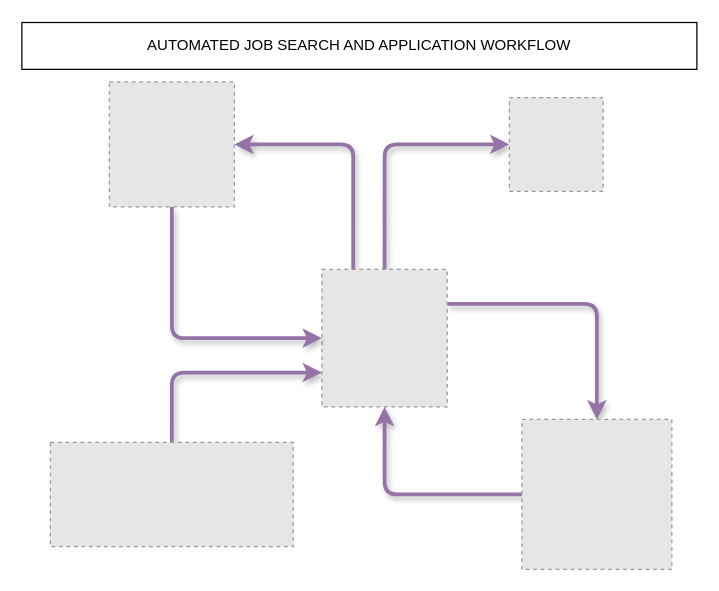
The draw.io diagram job_workflow.drawio in DemevengDerrick/maps, before the edit. Source tidied: cells renumbered, new cells numbered last; positions are measured from the earlier drawing's top-left corner, leaving out a move shared by most shapes. Both pictures are drawn from the tidied source at 125%, with x=0, y=0 at pixel (21, 21). Pictures stored in the file or linked from it are replaced by grey dashed boxes.
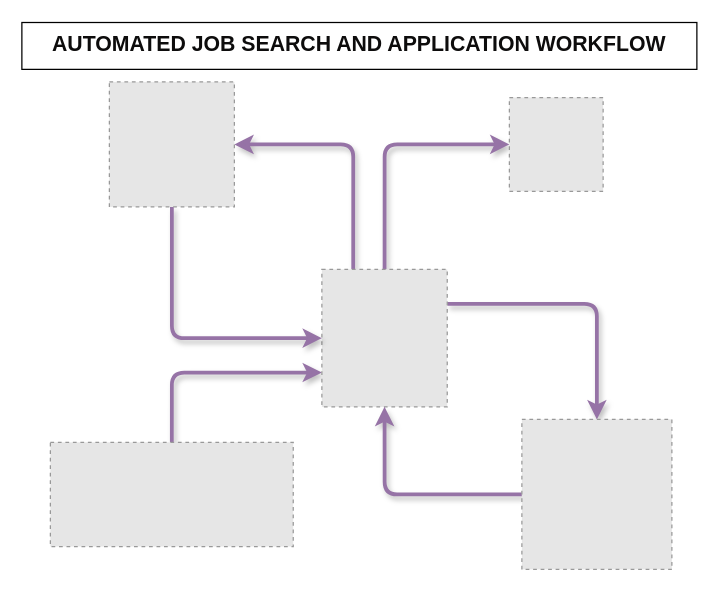
After the change.

The edit, as a diff of the source:
```diff
@@
 <mxGraphModel>
   <root>
     <mxCell id="0" />
     <mxCell id="1" parent="0" />
     <mxCell id="2" style="edgeStyle=orthogonalEdgeStyle;rounded=1;jettySize=auto;html=1;exitX=0.5;exitY=0;exitDx=0;exitDy=0;entryX=0;entryY=0.75;entryDx=0;entryDy=0;strokeWidth=3;fillColor=#e1d5e7;strokeColor=#9673a6;shadow=1;curved=0;flowAnimation=1;" parent="1" edge="1" source="3" target="7">
       <mxGeometry relative="1" as="geometry" />
     </mxCell>
     <mxCell id="3" style="fillColor=#E6E6E6;strokeColor=#999999;dashed=1;verticalLabelPosition=bottom;labelBackgroundColor=default;verticalAlign=top;" parent="1" vertex="1">
       <mxGeometry x="22.8" y="336.4" width="194.3" height="83.3" as="geometry" />
     </mxCell>
     <mxCell id="4" style="edgeStyle=orthogonalEdgeStyle;rounded=1;jettySize=auto;html=1;exitX=1;exitY=0.25;exitDx=0;exitDy=0;strokeWidth=3;fillColor=#e1d5e7;strokeColor=#9673a6;shadow=1;curved=0;flowAnimation=1;" parent="1" edge="1" source="7" target="9">
       <mxGeometry relative="1" as="geometry" />
     </mxCell>
     <mxCell id="5" style="edgeStyle=orthogonalEdgeStyle;rounded=1;jettySize=auto;html=1;exitX=0.5;exitY=0;exitDx=0;exitDy=0;entryX=0;entryY=0.5;entryDx=0;entryDy=0;strokeWidth=3;fillColor=#e1d5e7;strokeColor=#9673a6;shadow=1;curved=0;flowAnimation=1;" parent="1" edge="1" source="7" target="10">
       <mxGeometry relative="1" as="geometry" />
     </mxCell>
     <mxCell id="6" style="edgeStyle=orthogonalEdgeStyle;rounded=1;jettySize=auto;html=1;exitX=0.25;exitY=0;exitDx=0;exitDy=0;entryX=1;entryY=0.5;entryDx=0;entryDy=0;strokeWidth=3;fillColor=#e1d5e7;strokeColor=#9673a6;shadow=1;curved=0;flowAnimation=1;" parent="1" edge="1" source="7" target="12">
       <mxGeometry relative="1" as="geometry" />
     </mxCell>
     <mxCell id="7" style="fillColor=#E6E6E6;strokeColor=#999999;dashed=1;verticalLabelPosition=bottom;labelBackgroundColor=default;verticalAlign=top;" parent="1" vertex="1">
       <mxGeometry x="240" y="198" width="100.3" height="110" as="geometry" />
     </mxCell>
     <mxCell id="8" style="edgeStyle=orthogonalEdgeStyle;rounded=1;jettySize=auto;html=1;exitX=0;exitY=0.5;exitDx=0;exitDy=0;entryX=0.5;entryY=1;entryDx=0;entryDy=0;strokeWidth=3;fillColor=#e1d5e7;strokeColor=#9673a6;shadow=1;curved=0;flowAnimation=1;" parent="1" edge="1" source="9" target="7">
       <mxGeometry relative="1" as="geometry" />
     </mxCell>
     <mxCell id="9" style="fillColor=#E6E6E6;strokeColor=#999999;dashed=1;verticalLabelPosition=bottom;labelBackgroundColor=default;verticalAlign=top;" parent="1" vertex="1">
       <mxGeometry x="400" y="318" width="120" height="120" as="geometry" />
     </mxCell>
     <mxCell id="10" style="fillColor=#E6E6E6;strokeColor=#999999;dashed=1;verticalLabelPosition=bottom;labelBackgroundColor=default;verticalAlign=top;" parent="1" vertex="1">
       <mxGeometry x="390" y="60.5" width="75" height="75" as="geometry" />
     </mxCell>
     <mxCell id="11" style="edgeStyle=orthogonalEdgeStyle;rounded=1;jettySize=auto;html=1;exitX=0.5;exitY=1;exitDx=0;exitDy=0;entryX=0;entryY=0.5;entryDx=0;entryDy=0;strokeWidth=3;fillColor=#e1d5e7;strokeColor=#9673a6;shadow=1;curved=0;flowAnimation=1;" parent="1" edge="1" source="12" target="7">
       <mxGeometry relative="1" as="geometry" />
     </mxCell>
     <mxCell id="12" style="fillColor=#E6E6E6;strokeColor=#999999;dashed=1;verticalLabelPosition=bottom;labelBackgroundColor=default;verticalAlign=top;" parent="1" vertex="1">
       <mxGeometry x="70" y="48" width="100" height="100" as="geometry" />
     </mxCell>
-    <mxCell id="13" value="AUTOMATED JOB SEARCH AND APPLICATION WORKFLOW" style="rounded=0;whiteSpace=wrap;html=1;" parent="1" vertex="1">
+    <mxCell id="13" value="AUTOMATED JOB SEARCH AND APPLICATION WORKFLOW" style="rounded=0;whiteSpace=wrap;html=1;fontStyle=1;verticalAlign=middle;horizontal=1;fontSize=17;labelBackgroundColor=none;fontColor=#0d0c0c;" parent="1" vertex="1">
       <mxGeometry y="0.5" width="540" height="37.5" as="geometry" />
     </mxCell>
   </root>
 </mxGraphModel>
```
